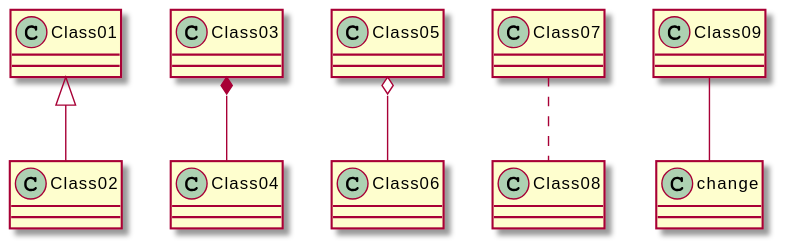
weichware10/meilensteine keeps this PlantUML diagram as meilenstein_03/test.svg. Above is the earlier version.
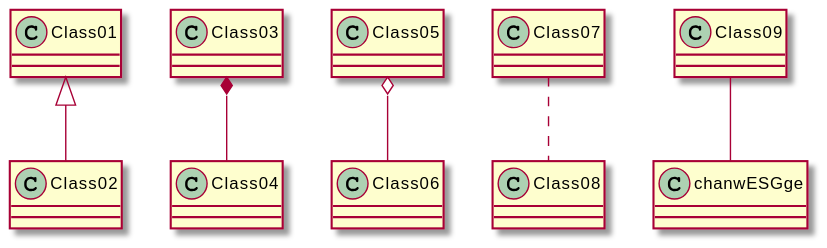
Above is the later version.

Commit message:
Render PlantUML SVGs

What changed in the source:
```diff
@@ -3,5 +3,5 @@
 Class03 *-- Class04
 Class05 o-- Class06
 Class07 .. Class08
-Class09 -- change
+Class09 -- chanwESGge
 @enduml
```
